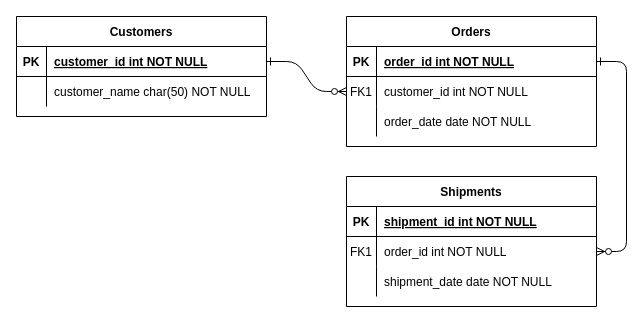
Earlier version of the draw.io diagram Библиотека.drawio (Regina10000/it-python-lessons). Source tidied: cells renumbered, new cells numbered last; positions are measured from the earlier drawing's top-left corner, leaving out a move shared by most shapes. Both pictures are drawn from the tidied source at 100%, with x=0, y=0 at pixel (16, 16).
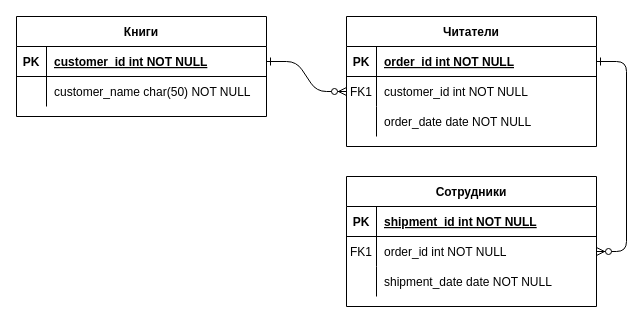
The same page after the edit.

Change to the diagram source:
```diff
@@
-    <mxCell id="4" value="Orders" style="shape=table;startSize=30;childLayout=tableLayout;rowLines=0;fontStyle=1;align=center;" parent="1" vertex="1">
+    <mxCell id="4" value="Читатели" style="shape=table;startSize=30;childLayout=tableLayout;rowLines=0;fontStyle=1;align=center;" parent="1" vertex="1">
       <mxGeometry x="330" width="250" height="130" as="geometry" />
     </mxCell>
@@
-    <mxCell id="14" value="Shipments" style="shape=table;startSize=30;childLayout=tableLayout;rowLines=0;fontStyle=1;align=center;" parent="1" vertex="1">
+    <mxCell id="14" value="Сотрудники" style="shape=table;startSize=30;childLayout=tableLayout;rowLines=0;fontStyle=1;align=center;" parent="1" vertex="1">
       <mxGeometry x="330" y="160" width="250" height="130" as="geometry" />
     </mxCell>
@@
-    <mxCell id="24" value="Customers" style="shape=table;startSize=30;childLayout=tableLayout;rowLines=0;fontStyle=1;align=center;" parent="1" vertex="1">
+    <mxCell id="24" value="Книги" style="shape=table;startSize=30;childLayout=tableLayout;rowLines=0;fontStyle=1;align=center;" parent="1" vertex="1">
       <mxGeometry width="250" height="100" as="geometry" />
     </mxCell>
```
